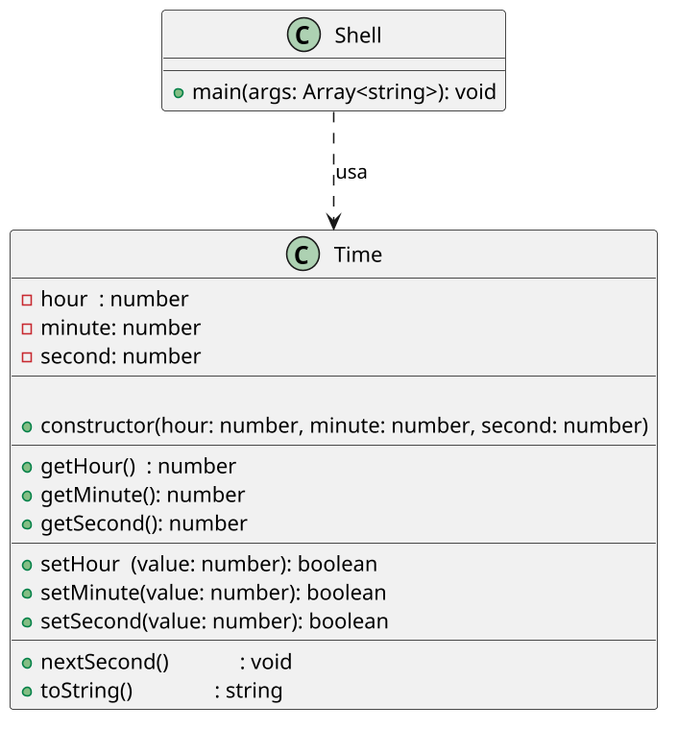
Above: labs/relogio/assets/diagrama.png in qxcodepoo/arcade (PlantUML), before the change.
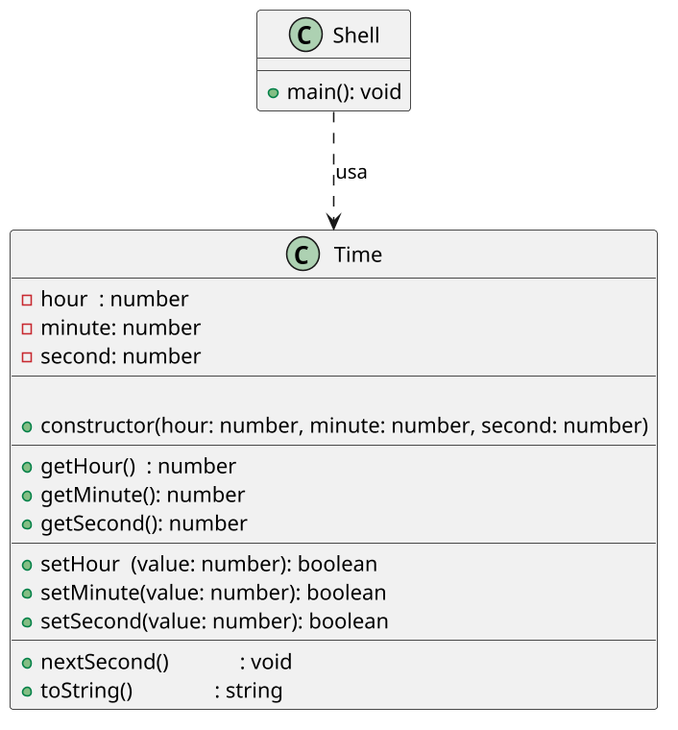
Later version of the same file.

Change to the diagram source:
```diff
@@ -25,7 +25,7 @@
 }
 
 class Shell {
-  + main(args: Array<string>): void
+  + main(): void
 }
 
 Shell ..> Time : usa
```
